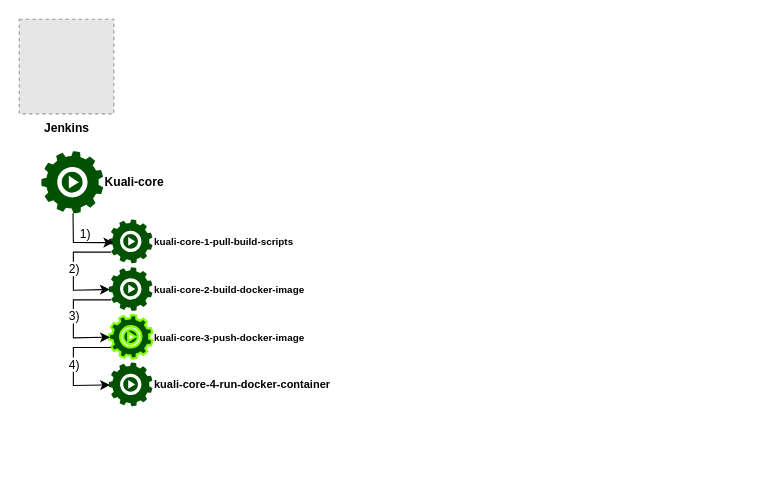
Above: images/deployment4.drawio in whennemuth/kuali-deployment-overview (draw.io), before the change. Source tidied: cells renumbered, new cells numbered last; positions are measured from the earlier drawing's top-left corner, leaving out a move shared by most shapes. Both pictures are drawn from the tidied source at 110%, with x=0, y=0 at pixel (19, 19). Pictures stored in the file or linked from it are replaced by grey dashed boxes.
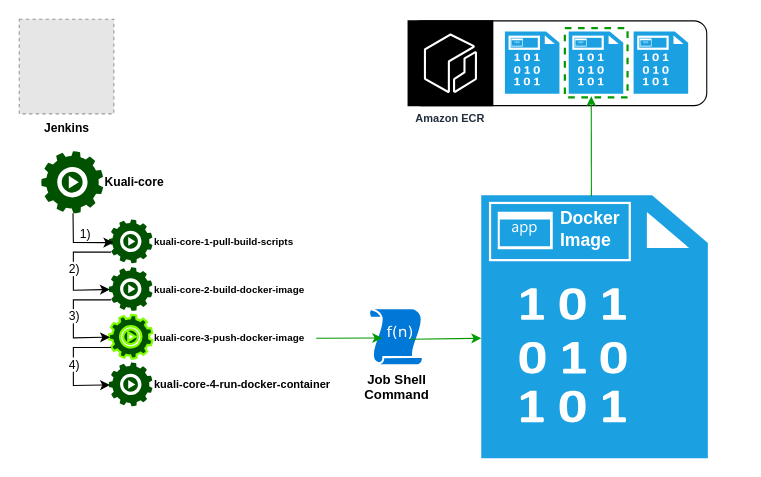
The same diagram, later.

Change to the diagram source:
```diff
@@
+    <mxCell id="16" style="group;" parent="1" vertex="1">
+      <mxGeometry x="420" y="160" width="206" height="239" as="geometry" />
+    </mxCell>
+    <mxCell id="17" style="shadow=0;dashed=0;html=1;strokeColor=#006EAF;fillColor=#1ba1e2;labelPosition=center;verticalLabelPosition=bottom;verticalAlign=top;align=center;outlineConnect=0;shape=mxgraph.veeam2.data_file;labelBackgroundColor=none;fontColor=#ffffff;" parent="16" vertex="1">
+      <mxGeometry width="206" height="239" as="geometry" />
+    </mxCell>
+    <mxCell id="18" style="group;" parent="16" vertex="1">
+      <mxGeometry x="8" y="7" width="127" height="52" as="geometry" />
+    </mxCell>
+    <mxCell id="19" value="&lt;span style=&quot;font-size: 16px&quot;&gt;Docker&lt;br&gt;Image&lt;/span&gt;" style="text;html=1;strokeColor=none;fillColor=none;align=left;verticalAlign=middle;whiteSpace=wrap;rounded=0;labelBackgroundColor=none;fontColor=#FFFFFF;fontStyle=1;fontSize=16;" parent="18" vertex="1">
+      <mxGeometry x="62" y="2" width="61" height="44" as="geometry" />
+    </mxCell>
+    <mxCell id="20" style="shadow=0;dashed=0;html=1;strokeColor=none;labelPosition=center;verticalLabelPosition=bottom;verticalAlign=top;align=center;fillColor=#FFFFFF;shape=mxgraph.mscae.enterprise.application;labelBackgroundColor=none;fontColor=#000000;" parent="18" vertex="1">
+      <mxGeometry x="7" y="8" width="50" height="34" as="geometry" />
+    </mxCell>
+    <mxCell id="21" style="rounded=0;whiteSpace=wrap;html=1;labelBackgroundColor=none;strokeColor=#FFFFFF;strokeWidth=2;fillColor=none;gradientColor=#ffffff;fontSize=16;fontColor=#FFFFFF;align=left;" parent="18" vertex="1">
+      <mxGeometry width="127" height="52" as="geometry" />
+    </mxCell>
+    <mxCell id="22" style="group;" parent="1" vertex="1">
+      <mxGeometry x="352" width="305" height="100" as="geometry" />
+    </mxCell>
+    <mxCell id="23" style="group;fillColor=none;" parent="22" vertex="1">
+      <mxGeometry x="96" y="17.7" width="209" height="60" as="geometry" />
+    </mxCell>
+    <mxCell id="24" style="shadow=0;dashed=0;html=1;strokeColor=#006EAF;fillColor=#1ba1e2;labelPosition=center;verticalLabelPosition=bottom;verticalAlign=top;align=center;shape=mxgraph.veeam2.data_file;labelBackgroundColor=none;fontColor=#ffffff;" parent="23" vertex="1">
+      <mxGeometry x="-6.5" y="-6.5" width="49.6" height="56.5" as="geometry" />
+    </mxCell>
+    <mxCell id="25" style="group;" parent="23" vertex="1">
+      <mxGeometry x="-2.2" y="-1.8" width="26.6" height="10.9" as="geometry" />
+    </mxCell>
+    <mxCell id="26" style="shadow=0;dashed=0;html=1;strokeColor=none;labelPosition=center;verticalLabelPosition=bottom;verticalAlign=top;align=center;fillColor=#FFFFFF;shape=mxgraph.mscae.enterprise.application;labelBackgroundColor=none;fontColor=#000000;" parent="25" vertex="1">
+      <mxGeometry x="1.5" y="1.7" width="10.5" height="7.1" as="geometry" />
+    </mxCell>
+    <mxCell id="27" style="rounded=0;whiteSpace=wrap;html=1;labelBackgroundColor=none;strokeColor=#FFFFFF;strokeWidth=2;fillColor=none;gradientColor=#ffffff;fontSize=16;fontColor=#FFFFFF;align=left;" parent="25" vertex="1">
+      <mxGeometry width="26.6" height="10.9" as="geometry" />
+    </mxCell>
+    <mxCell id="28" style="group;" parent="22" vertex="1">
+      <mxGeometry width="279" height="100" as="geometry" />
+    </mxCell>
+    <mxCell id="29" value="Amazon ECR" style="fontColor=#232F3E;gradientColor=none;strokeColor=#FFFFFF;fillColor=#000000;dashed=0;verticalLabelPosition=middle;verticalAlign=bottom;align=center;html=1;whiteSpace=wrap;fontSize=10;fontStyle=1;spacing=3;shape=mxgraph.aws4.productIcon;prIcon=mxgraph.aws4.ecr;" parent="28" vertex="1">
+      <mxGeometry width="80" height="100" as="geometry" />
+    </mxCell>
+    <mxCell id="30" style="group;" parent="28" vertex="1">
+      <mxGeometry x="154" y="11.7" width="66" height="76.6" as="geometry" />
+    </mxCell>
+    <mxCell id="31" style="group;" parent="30" vertex="1">
+      <mxGeometry y="6" width="43.1" height="50" as="geometry" />
+    </mxCell>
+    <mxCell id="32" style="shadow=0;dashed=0;html=1;strokeColor=#006EAF;fillColor=#1ba1e2;labelPosition=center;verticalLabelPosition=bottom;verticalAlign=top;align=center;shape=mxgraph.veeam2.data_file;labelBackgroundColor=none;fontColor=#ffffff;" parent="31" vertex="1">
+      <mxGeometry x="-6.5" y="-6.5" width="49.6" height="56.5" as="geometry" />
+    </mxCell>
+    <mxCell id="33" style="group;" parent="31" vertex="1">
+      <mxGeometry x="-2.2" y="-1.8" width="26.6" height="10.9" as="geometry" />
+    </mxCell>
+    <mxCell id="34" style="shadow=0;dashed=0;html=1;strokeColor=none;labelPosition=center;verticalLabelPosition=bottom;verticalAlign=top;align=center;fillColor=#FFFFFF;shape=mxgraph.mscae.enterprise.application;labelBackgroundColor=none;fontColor=#000000;" parent="33" vertex="1">
+      <mxGeometry x="1.5" y="1.7" width="10.5" height="7.1" as="geometry" />
+    </mxCell>
+    <mxCell id="35" style="rounded=0;whiteSpace=wrap;html=1;labelBackgroundColor=none;strokeColor=#FFFFFF;strokeWidth=2;fillColor=none;gradientColor=#ffffff;fontSize=16;fontColor=#FFFFFF;align=left;" parent="33" vertex="1">
+      <mxGeometry width="26.6" height="10.9" as="geometry" />
+    </mxCell>
+    <mxCell id="36" style="group;" parent="28" vertex="1">
+      <mxGeometry x="213" y="11.7" width="66" height="76.6" as="geometry" />
+    </mxCell>
+    <mxCell id="37" style="group;" parent="36" vertex="1">
+      <mxGeometry y="6" width="43.1" height="50" as="geometry" />
+    </mxCell>
+    <mxCell id="38" style="shadow=0;dashed=0;html=1;strokeColor=#006EAF;fillColor=#1ba1e2;labelPosition=center;verticalLabelPosition=bottom;verticalAlign=top;align=center;shape=mxgraph.veeam2.data_file;labelBackgroundColor=none;fontColor=#ffffff;" parent="37" vertex="1">
+      <mxGeometry x="-6.5" y="-6.5" width="49.6" height="56.5" as="geometry" />
+    </mxCell>
+    <mxCell id="39" style="group;" parent="37" vertex="1">
+      <mxGeometry x="-2.2" y="-1.8" width="26.6" height="10.9" as="geometry" />
+    </mxCell>
+    <mxCell id="40" style="shadow=0;dashed=0;html=1;strokeColor=none;labelPosition=center;verticalLabelPosition=bottom;verticalAlign=top;align=center;fillColor=#FFFFFF;shape=mxgraph.mscae.enterprise.application;labelBackgroundColor=none;fontColor=#000000;" parent="39" vertex="1">
+      <mxGeometry x="1.5" y="1.7" width="10.5" height="7.1" as="geometry" />
+    </mxCell>
+    <mxCell id="41" style="rounded=0;whiteSpace=wrap;html=1;labelBackgroundColor=none;strokeColor=#FFFFFF;strokeWidth=2;fillColor=none;gradientColor=#ffffff;fontSize=16;fontColor=#FFFFFF;align=left;" parent="39" vertex="1">
+      <mxGeometry width="26.6" height="10.9" as="geometry" />
+    </mxCell>
+    <mxCell id="42" style="rounded=1;whiteSpace=wrap;html=1;strokeColor=#000000;strokeWidth=1;fillColor=none;" parent="28" vertex="1">
+      <mxGeometry x="2" y="1.5" width="271" height="77" as="geometry" />
+    </mxCell>
+    <mxCell id="43" style="rounded=0;whiteSpace=wrap;html=1;strokeColor=#009900;strokeWidth=2;fillColor=none;dashed=1;" parent="28" vertex="1">
+      <mxGeometry x="144" y="8" width="57" height="63" as="geometry" />
+    </mxCell>
+    <mxCell id="44" value="&lt;b&gt;Job Shell&lt;br&gt;Command&lt;/b&gt;" style="shadow=0;dashed=0;html=1;strokeColor=none;labelPosition=center;verticalLabelPosition=bottom;verticalAlign=top;align=center;shape=mxgraph.mscae.enterprise.udf_function;fillColor=#0078D7;fontColor=#000000;" parent="1" vertex="1">
+      <mxGeometry x="319" y="263.6" width="47" height="50" as="geometry" />
+    </mxCell>
+    <mxCell id="45" style="endArrow=classic;html=1;entryX=0.234;entryY=0.523;entryDx=0;entryDy=0;entryPerimeter=0;strokeColor=#009900;" parent="1" edge="1" target="44">
+      <mxGeometry relative="1" as="geometry">
+        <mxPoint x="270" y="290" as="sourcePoint" />
+      </mxGeometry>
+    </mxCell>
+    <mxCell id="46" style="endArrow=classic;html=1;strokeColor=#009900;exitX=0.773;exitY=0.546;exitDx=0;exitDy=0;exitPerimeter=0;" parent="1" edge="1" source="44">
+      <mxGeometry relative="1" as="geometry">
+        <mxPoint x="420" y="290" as="targetPoint" />
+      </mxGeometry>
+    </mxCell>
+    <mxCell id="47" style="endArrow=classic;html=1;strokeColor=#009900;exitX=0.486;exitY=0.004;exitDx=0;exitDy=0;exitPerimeter=0;" parent="1" edge="1" source="17">
+      <mxGeometry relative="1" as="geometry">
+        <mxPoint x="520" y="70" as="targetPoint" />
+      </mxGeometry>
+    </mxCell>
```
